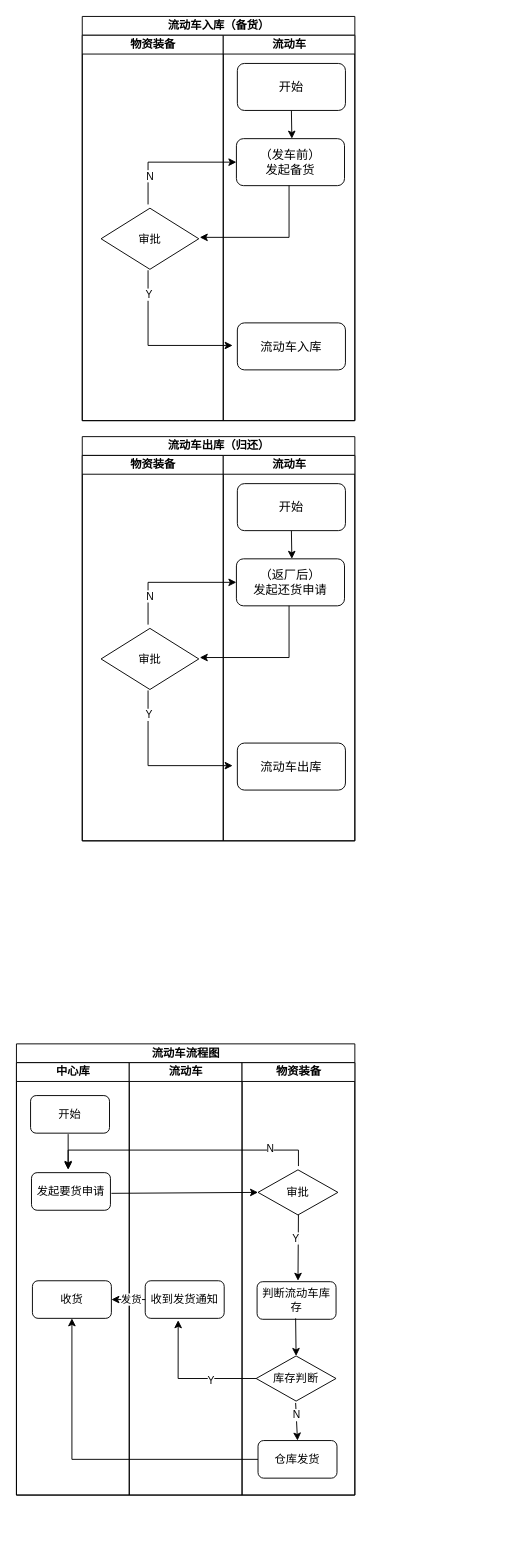
wangwangpu/drawio keeps this draw.io diagram as 流动车流程图.drawio. Above is the earlier version. Source tidied: cells renumbered, new cells numbered last; positions are measured from the earlier drawing's top-left corner, leaving out a move shared by most shapes. Both pictures are drawn from the tidied source at 94%, with x=0, y=0 at pixel (16, 16).
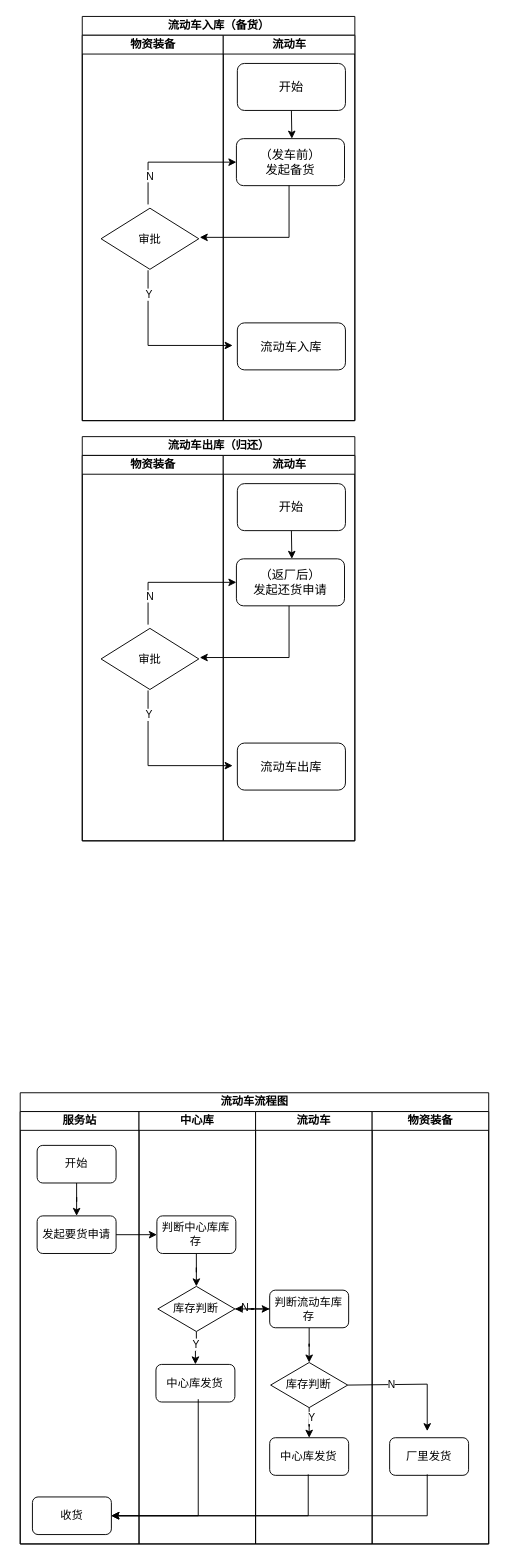
After the change.

Commit message:
更新流动车流程图.drawio

What changed in the source:
```diff
@@
     <mxCell id="28" value="流动车流程图" style="swimlane;startSize=20;html=1;" parent="1" vertex="1">
-      <mxGeometry y="1093" width="360" height="480" as="geometry" />
+      <mxGeometry x="4" y="1145" width="498.4" height="480" as="geometry" />
     </mxCell>
-    <mxCell id="29" value="中心库" style="swimlane;startSize=20;html=1;" parent="28" vertex="1">
-      <mxGeometry y="20" width="120" height="460" as="geometry" />
-    </mxCell>
+    <mxCell id="55" value="服务站" style="swimlane;startSize=20;html=1;" parent="28" vertex="1">
+      <mxGeometry y="20" width="126.4" height="460" as="geometry" />
+    </mxCell>
+    <mxCell id="56" style="edgeStyle=orthogonalEdgeStyle;rounded=0;jettySize=auto;html=1;" parent="55" edge="1" source="30" target="31">
+      <mxGeometry relative="1" as="geometry" />
+    </mxCell>
-    <mxCell id="30" value="开始" style="rounded=1;whiteSpace=wrap;html=1;" parent="29" vertex="1">
-      <mxGeometry x="15" y="35" width="84" height="40" as="geometry" />
+    <mxCell id="30" value="开始" style="rounded=1;whiteSpace=wrap;html=1;" parent="55" vertex="1">
+      <mxGeometry x="18" y="36" width="84" height="40" as="geometry" />
     </mxCell>
-    <mxCell id="31" value="发起要货申请" style="rounded=1;whiteSpace=wrap;html=1;" parent="29" vertex="1">
-      <mxGeometry x="16" y="117" width="84" height="40" as="geometry" />
+    <mxCell id="31" value="发起要货申请" style="rounded=1;whiteSpace=wrap;html=1;" parent="55" vertex="1">
+      <mxGeometry x="18" y="111" width="84" height="40" as="geometry" />
     </mxCell>
-    <mxCell id="32" style="endArrow=classic;html=1;rounded=0;" parent="29" edge="1">
-      <mxGeometry relative="1" as="geometry">
-        <mxPoint x="55" y="76" as="sourcePoint" />
-        <mxPoint x="55" y="114" as="targetPoint" />
-      </mxGeometry>
-    </mxCell>
-    <mxCell id="33" style="endArrow=classic;html=1;rounded=0;entryX=0;entryY=0.5;entryDx=0;entryDy=0;" parent="29" edge="1" target="40">
-      <mxGeometry relative="1" as="geometry">
-        <mxPoint x="101" y="139" as="sourcePoint" />
-      </mxGeometry>
-    </mxCell>
-    <mxCell id="34" value="收货" style="rounded=1;whiteSpace=wrap;html=1;" parent="29" vertex="1">
-      <mxGeometry x="17" y="232" width="84" height="40" as="geometry" />
+    <mxCell id="34" value="收货" style="rounded=1;whiteSpace=wrap;html=1;" parent="55" vertex="1">
+      <mxGeometry x="13" y="410" width="84" height="40" as="geometry" />
     </mxCell>
+    <mxCell id="29" value="中心库" style="swimlane;startSize=20;html=1;" parent="28" vertex="1">
+      <mxGeometry x="126.4" y="20" width="124" height="460" as="geometry" />
+    </mxCell>
+    <mxCell id="57" style="edgeStyle=orthogonalEdgeStyle;rounded=0;jettySize=auto;html=1;" parent="29" edge="1" source="46" target="47">
+      <mxGeometry relative="1" as="geometry" />
+    </mxCell>
+    <mxCell id="46" value="判断中心库库存" style="rounded=1;whiteSpace=wrap;html=1;" parent="29" vertex="1">
+      <mxGeometry x="19" y="111" width="84" height="40" as="geometry" />
+    </mxCell>
+    <mxCell id="58" style="edgeStyle=orthogonalEdgeStyle;rounded=0;jettySize=auto;html=1;" parent="29" edge="1" source="47" target="49">
+      <mxGeometry relative="1" as="geometry" />
+    </mxCell>
+    <mxCell id="59" value="Y" style="edgeLabel;html=1;align=center;verticalAlign=middle;" parent="58" vertex="1">
+      <mxGeometry x="-0.38" y="-1" relative="1" as="geometry">
+        <mxPoint y="2" as="offset" />
+      </mxGeometry>
+    </mxCell>
+    <mxCell id="47" value="库存判断" style="rhombus;whiteSpace=wrap;html=1;" parent="29" vertex="1">
+      <mxGeometry x="20" y="186" width="82" height="48" as="geometry" />
+    </mxCell>
+    <mxCell id="49" value="中心库发货" style="rounded=1;whiteSpace=wrap;html=1;" parent="29" vertex="1">
+      <mxGeometry x="18" y="269" width="84" height="40" as="geometry" />
+    </mxCell>
+    <mxCell id="60" style="endArrow=classic;html=1;rounded=0;entryX=1;entryY=0.5;entryDx=0;entryDy=0;" parent="29" edge="1" target="34">
+      <mxGeometry relative="1" as="geometry">
+        <mxPoint x="63" y="306" as="sourcePoint" />
+        <Array as="points">
+          <mxPoint x="63" y="430" />
+        </Array>
+      </mxGeometry>
+    </mxCell>
     <mxCell id="35" value="流动车" style="swimlane;startSize=20;html=1;" parent="28" vertex="1">
-      <mxGeometry x="120" y="20" width="120" height="460" as="geometry" />
+      <mxGeometry x="250.4" y="20" width="124" height="460" as="geometry" />
     </mxCell>
-    <mxCell id="36" value="收到发货通知" style="rounded=1;whiteSpace=wrap;html=1;" parent="35" vertex="1">
-      <mxGeometry x="17" y="232" width="84" height="40" as="geometry" />
-    </mxCell>
-    <mxCell id="37" style="endArrow=classic;html=1;rounded=0;entryX=1;entryY=0.5;entryDx=0;entryDy=0;" parent="35" edge="1" target="34">
-      <mxGeometry relative="1" as="geometry">
-        <mxPoint x="17" y="252" as="sourcePoint" />
-      </mxGeometry>
-    </mxCell>
-    <mxCell id="38" value="发货" style="edgeLabel;html=1;align=center;verticalAlign=middle;" parent="37" vertex="1">
-      <mxGeometry x="-0.11" y="-1" relative="1" as="geometry" />
-    </mxCell>
+    <mxCell id="61" style="edgeStyle=orthogonalEdgeStyle;rounded=0;jettySize=auto;html=1;" parent="35" edge="1" source="62" target="65">
+      <mxGeometry relative="1" as="geometry" />
+    </mxCell>
+    <mxCell id="62" value="判断流动车库存" style="rounded=1;whiteSpace=wrap;html=1;" parent="35" vertex="1">
+      <mxGeometry x="15" y="190" width="84" height="40" as="geometry" />
+    </mxCell>
+    <mxCell id="63" style="edgeStyle=orthogonalEdgeStyle;rounded=0;jettySize=auto;html=1;" parent="35" edge="1" source="65" target="66">
+      <mxGeometry relative="1" as="geometry" />
+    </mxCell>
+    <mxCell id="64" value="Y" style="edgeLabel;html=1;align=center;verticalAlign=middle;" parent="63" vertex="1">
+      <mxGeometry x="-0.58" y="2" relative="1" as="geometry" />
+    </mxCell>
+    <mxCell id="65" value="库存判断" style="rhombus;whiteSpace=wrap;html=1;" parent="35" vertex="1">
+      <mxGeometry x="16" y="267" width="82" height="48" as="geometry" />
+    </mxCell>
+    <mxCell id="66" value="中心库发货" style="rounded=1;whiteSpace=wrap;html=1;" parent="35" vertex="1">
+      <mxGeometry x="15" y="347" width="84" height="40" as="geometry" />
+    </mxCell>
+    <mxCell id="67" style="endArrow=classic;html=1;rounded=0;entryX=1;entryY=0.5;entryDx=0;entryDy=0;" parent="35" edge="1" target="34">
+      <mxGeometry relative="1" as="geometry">
+        <mxPoint x="56" y="386" as="sourcePoint" />
+        <Array as="points">
+          <mxPoint x="56" y="430" />
+        </Array>
+      </mxGeometry>
+    </mxCell>
+    <mxCell id="68" style="endArrow=classic;html=1;rounded=0;exitX=1;exitY=0.5;exitDx=0;exitDy=0;" parent="35" edge="1" source="65">
+      <mxGeometry relative="1" as="geometry">
+        <mxPoint x="182.6" y="340" as="targetPoint" />
+        <Array as="points">
+          <mxPoint x="182.6" y="290" />
+        </Array>
+      </mxGeometry>
+    </mxCell>
+    <mxCell id="69" value="N" style="edgeLabel;html=1;align=center;verticalAlign=middle;" parent="68" vertex="1">
+      <mxGeometry x="-0.32" relative="1" as="geometry" />
+    </mxCell>
     <mxCell id="39" value="物资装备" style="swimlane;startSize=20;html=1;" parent="28" vertex="1">
-      <mxGeometry x="240" y="20" width="120" height="460" as="geometry" />
+      <mxGeometry x="374.4" y="20" width="124" height="460" as="geometry" />
     </mxCell>
-    <mxCell id="40" value="审批" style="rhombus;whiteSpace=wrap;html=1;" parent="39" vertex="1">
-      <mxGeometry x="17" y="114" width="85" height="48" as="geometry" />
-    </mxCell>
-    <mxCell id="41" style="endArrow=classic;html=1;rounded=0;" parent="39" edge="1">
-      <mxGeometry relative="1" as="geometry">
-        <mxPoint x="60" y="110" as="sourcePoint" />
-        <mxPoint x="-185" y="113" as="targetPoint" />
-        <Array as="points">
-          <mxPoint x="60" y="93" />
-          <mxPoint x="-185" y="93" />
-        </Array>
-      </mxGeometry>
-    </mxCell>
-    <mxCell id="42" value="N" style="edgeLabel;html=1;align=center;verticalAlign=middle;" parent="41" vertex="1">
-      <mxGeometry x="-0.66" y="-2" relative="1" as="geometry" />
-    </mxCell>
-    <mxCell id="43" style="edgeStyle=orthogonalEdgeStyle;rounded=0;orthogonalLoop=1;jettySize=auto;html=1;exitX=0.5;exitY=1;exitDx=0;exitDy=0;" parent="39" edge="1" source="40" target="40">
-      <mxGeometry relative="1" as="geometry" />
+    <mxCell id="43" style="edgeStyle=orthogonalEdgeStyle;rounded=0;orthogonalLoop=1;jettySize=auto;html=1;exitX=0.5;exitY=1;exitDx=0;exitDy=0;" parent="39" edge="1">
+      <mxGeometry relative="1" as="geometry">
+        <mxPoint x="59.5" y="162" as="sourcePoint" />
+        <mxPoint x="59.5" y="162" as="targetPoint" />
+      </mxGeometry>
     </mxCell>
-    <mxCell id="44" style="endArrow=classic;html=1;rounded=0;entryX=0.5;entryY=0;entryDx=0;entryDy=0;" parent="39" edge="1">
-      <mxGeometry relative="1" as="geometry">
-        <mxPoint x="60" y="162" as="sourcePoint" />
-        <mxPoint x="59.5" y="232" as="targetPoint" />
-      </mxGeometry>
-    </mxCell>
-    <mxCell id="45" value="Y" style="edgeLabel;html=1;align=center;verticalAlign=middle;" parent="44" vertex="1">
-      <mxGeometry x="-0.3" y="-3" relative="1" as="geometry" />
-    </mxCell>
-    <mxCell id="46" value="判断流动车库存" style="rounded=1;whiteSpace=wrap;html=1;" parent="39" vertex="1">
-      <mxGeometry x="16" y="233" width="84" height="40" as="geometry" />
-    </mxCell>
-    <mxCell id="47" value="库存判断" style="rhombus;whiteSpace=wrap;html=1;" parent="39" vertex="1">
-      <mxGeometry x="15" y="312" width="85" height="48" as="geometry" />
-    </mxCell>
-    <mxCell id="48" style="endArrow=classic;html=1;rounded=0;entryX=0.5;entryY=0;entryDx=0;entryDy=0;" parent="39" edge="1" target="47">
-      <mxGeometry relative="1" as="geometry">
-        <mxPoint x="57" y="272" as="sourcePoint" />
-      </mxGeometry>
-    </mxCell>
-    <mxCell id="49" value="仓库发货" style="rounded=1;whiteSpace=wrap;html=1;" parent="39" vertex="1">
-      <mxGeometry x="17" y="402" width="84" height="40" as="geometry" />
-    </mxCell>
-    <mxCell id="50" style="endArrow=classic;html=1;rounded=0;entryX=0.5;entryY=0;entryDx=0;entryDy=0;" parent="39" edge="1">
-      <mxGeometry relative="1" as="geometry">
-        <mxPoint x="57" y="362" as="sourcePoint" />
-        <mxPoint x="59" y="402" as="targetPoint" />
-      </mxGeometry>
-    </mxCell>
-    <mxCell id="51" value="N" style="edgeLabel;html=1;align=center;verticalAlign=middle;" parent="50" vertex="1">
-      <mxGeometry x="-0.35" relative="1" as="geometry" />
-    </mxCell>
-    <mxCell id="52" style="endArrow=classic;html=1;rounded=0;exitX=0;exitY=0.5;exitDx=0;exitDy=0;entryX=0.417;entryY=1.05;entryDx=0;entryDy=0;entryPerimeter=0;" parent="28" edge="1" source="47" target="36">
-      <mxGeometry relative="1" as="geometry">
-        <Array as="points">
-          <mxPoint x="172" y="356" />
-        </Array>
-      </mxGeometry>
-    </mxCell>
-    <mxCell id="53" value="Y" style="edgeLabel;html=1;align=center;verticalAlign=middle;" parent="52" vertex="1">
-      <mxGeometry x="-0.32" y="1" relative="1" as="geometry" />
-    </mxCell>
-    <mxCell id="54" style="edgeStyle=orthogonalEdgeStyle;rounded=0;jettySize=auto;html=1;exitX=0;exitY=0.5;exitDx=0;exitDy=0;entryX=0.5;entryY=1;entryDx=0;entryDy=0;" parent="28" edge="1" source="49" target="34">
-      <mxGeometry relative="1" as="geometry" />
-    </mxCell>
+    <mxCell id="70" value="厂里发货" style="rounded=1;whiteSpace=wrap;html=1;" parent="39" vertex="1">
+      <mxGeometry x="18.6" y="347" width="84" height="40" as="geometry" />
+    </mxCell>
+    <mxCell id="71" style="endArrow=classic;html=1;rounded=0;entryX=1;entryY=0.5;entryDx=0;entryDy=0;" parent="39" edge="1" target="34">
+      <mxGeometry relative="1" as="geometry">
+        <mxPoint x="58.6" y="386" as="sourcePoint" />
+        <Array as="points">
+          <mxPoint x="58.6" y="430" />
+        </Array>
+      </mxGeometry>
+    </mxCell>
+    <mxCell id="72" style="edgeStyle=orthogonalEdgeStyle;rounded=0;jettySize=auto;html=1;" parent="28" edge="1" source="31" target="46">
+      <mxGeometry relative="1" as="geometry" />
+    </mxCell>
+    <mxCell id="73" style="edgeStyle=orthogonalEdgeStyle;rounded=0;jettySize=auto;html=1;" parent="28" edge="1" source="47" target="62">
+      <mxGeometry relative="1" as="geometry" />
+    </mxCell>
+    <mxCell id="74" value="N" style="edgeLabel;html=1;align=center;verticalAlign=middle;" parent="73" vertex="1">
+      <mxGeometry x="-0.51" y="2" relative="1" as="geometry">
+        <mxPoint x="-1" as="offset" />
+      </mxGeometry>
+    </mxCell>
+    <mxCell id="75" style="edgeStyle=orthogonalEdgeStyle;rounded=0;jettySize=auto;html=1;" parent="28" edge="1" source="62" target="47">
+      <mxGeometry relative="1" as="geometry" />
+    </mxCell>
```
